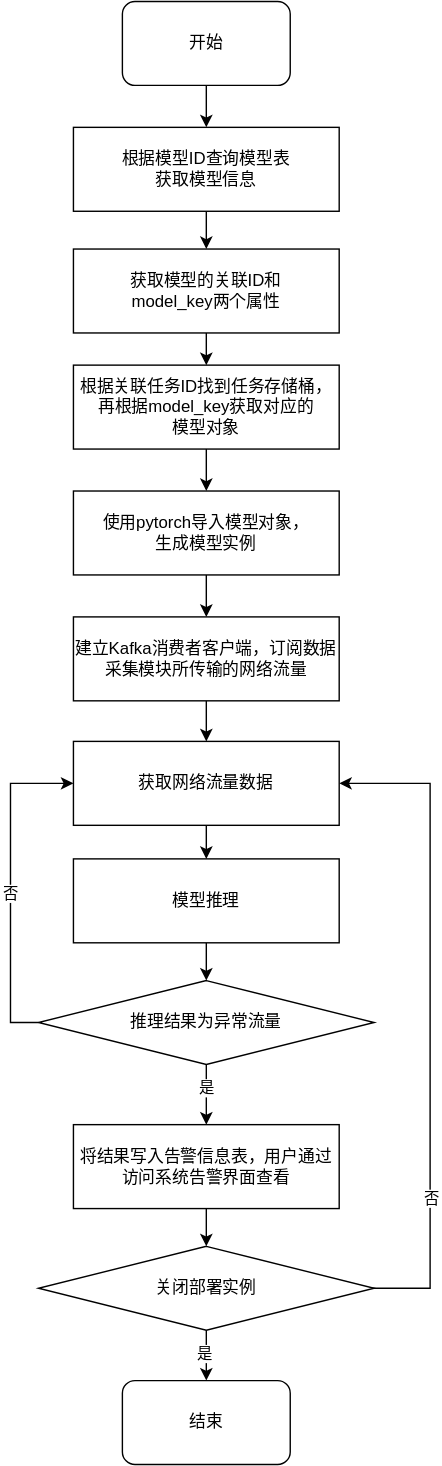
Above: 入侵检测工作流.svg in hiro942/drawio (draw.io), before the change. Source tidied: cells renumbered, new cells last; positions are measured from the earlier drawing's top-left corner, leaving out a move shared by most shapes.
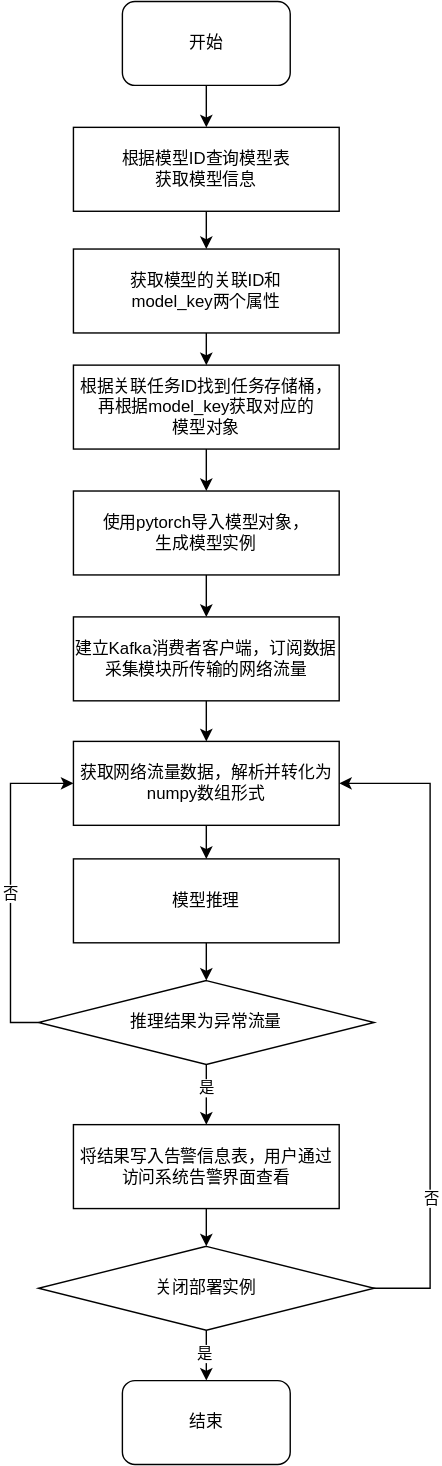
After the change.

Commit message:
更新入侵检测工作流.svg

Diff of the diagram source:
```diff
@@ -102,7 +102,7 @@
     <mxCell id="28" style="edgeStyle=orthogonalEdgeStyle;rounded=0;jettySize=auto;html=1;entryX=0.5;entryY=0;entryDx=0;entryDy=0;" parent="1" edge="1" source="29" target="14">
       <mxGeometry relative="1" as="geometry" />
     </mxCell>
-    <mxCell id="29" value="获取网络流量数据" style="rounded=0;whiteSpace=wrap;html=1;" parent="1" vertex="1">
+    <mxCell id="29" value="获取网络流量数据，解析并转化为numpy数组形式" style="rounded=0;whiteSpace=wrap;html=1;" parent="1" vertex="1">
       <mxGeometry x="45" y="529" width="190" height="60" as="geometry" />
     </mxCell>
     <mxCell id="30" value="关闭部署实例" style="rhombus;whiteSpace=wrap;html=1;" parent="1" vertex="1">
```
